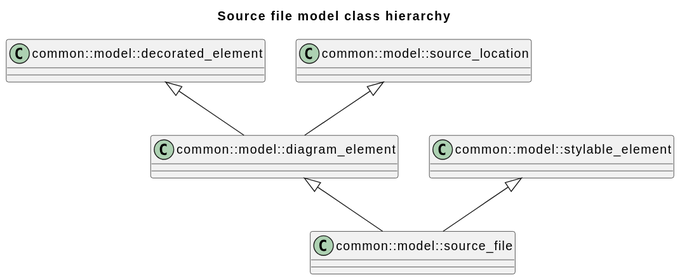
bkryza/clang-uml-examples keeps this PlantUML diagram as clang-uml/diagrams/source_file_hierarchy_class.svg. Above is the earlier version. Its diagram source:
```plantuml
@startuml
title Source file model class hierarchy
class "common::model::decorated_element" as C_0001117102382624673118
class C_0001117102382624673118 [[classclanguml_1_1common_1_1model_1_1decorated__element.html{Base class for decorated diagram elements}]] {
__
}
class "common::model::stylable_element" as C_0002077846075979426940
class C_0002077846075979426940 [[classclanguml_1_1common_1_1model_1_1stylable__element.html{Diagram elements to which style can be applied.}]] {
__
}
class "common::model::source_location" as C_0000895261582183440230
class C_0000895261582183440230 [[classclanguml_1_1common_1_1model_1_1source__location.html{Base class of all diagram elements that have source location.}]] {
__
}
class "common::model::diagram_element" as C_0001073500714379115414
class C_0001073500714379115414 [[classclanguml_1_1common_1_1model_1_1diagram__element.html{Base class for standalone diagram elements.}]] {
__
}
class "common::model::source_file" as C_0000785714713072053129
class C_0000785714713072053129 [[classclanguml_1_1common_1_1model_1_1source__file.html{Diagram element representing some file or directory.}]] {
__
}
C_0001117102382624673118 <|-- C_0001073500714379115414
C_0000895261582183440230 <|-- C_0001073500714379115414
C_0001073500714379115414 <|-- C_0000785714713072053129
C_0002077846075979426940 <|-- C_0000785714713072053129

@enduml
```
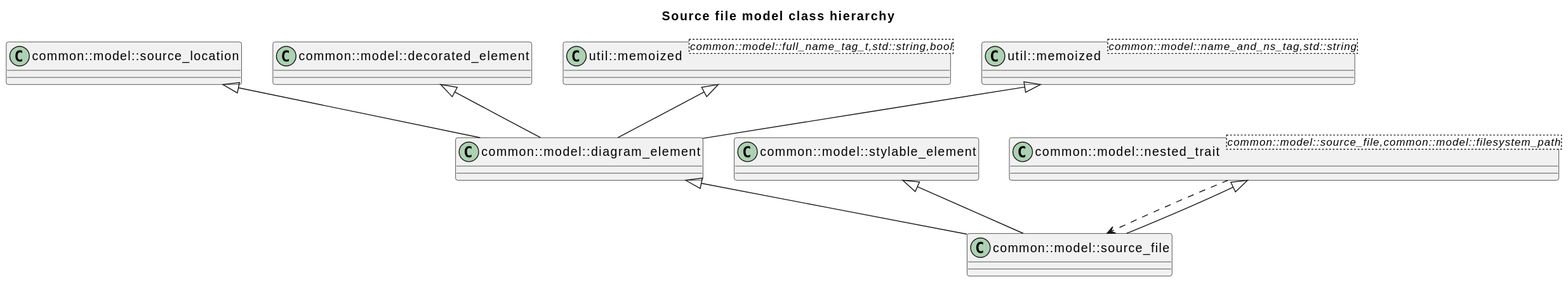
Above is the later version.

Diff of the diagram source:
```diff
@@ -1,28 +1,44 @@
 @startuml
 title Source file model class hierarchy
-class "common::model::decorated_element" as C_0001117102382624673118
-class C_0001117102382624673118 [[classclanguml_1_1common_1_1model_1_1decorated__element.html{Base class for decorated diagram elements}]] {
+class "common::model::source_location" as C_0007162092657467521843
+class C_0007162092657467521843 [[classclanguml_1_1common_1_1model_1_1source__location.html{Base class of all diagram elements that have source location.}]] {
 __
 }
-class "common::model::stylable_element" as C_0002077846075979426940
-class C_0002077846075979426940 [[classclanguml_1_1common_1_1model_1_1stylable__element.html{Diagram elements to which style can be applied.}]] {
+class "common::model::decorated_element" as C_0008936819060997384951
+class C_0008936819060997384951 [[classclanguml_1_1common_1_1model_1_1decorated__element.html{Base class for decorated diagram elements}]] {
 __
 }
-class "common::model::source_location" as C_0000895261582183440230
-class C_0000895261582183440230 [[classclanguml_1_1common_1_1model_1_1source__location.html{Base class of all diagram elements that have source location.}]] {
+class "common::model::stylable_element" as C_0016622768607835415521
+class C_0016622768607835415521 [[classclanguml_1_1common_1_1model_1_1stylable__element.html{Diagram elements to which style can be applied.}]] {
 __
 }
-class "common::model::diagram_element" as C_0001073500714379115414
-class C_0001073500714379115414 [[classclanguml_1_1common_1_1model_1_1diagram__element.html{Base class for standalone diagram elements.}]] {
+class "common::model::diagram_element" as C_0008588005715032923314
+class C_0008588005715032923314 [[classclanguml_1_1common_1_1model_1_1diagram__element.html{Base class for standalone diagram elements.}]] {
 __
 }
-class "common::model::source_file" as C_0000785714713072053129
-class C_0000785714713072053129 [[classclanguml_1_1common_1_1model_1_1source__file.html{Diagram element representing some file or directory.}]] {
+class "common::model::nested_trait<common::model::source_file,common::model::filesystem_path>" as C_0012891720332235399601
+class C_0012891720332235399601 [[classclanguml_1_1common_1_1model_1_1nested__trait.html{nested_trait}]] {
 __
 }
-C_0001117102382624673118 <|-- C_0001073500714379115414
-C_0000895261582183440230 <|-- C_0001073500714379115414
-C_0001073500714379115414 <|-- C_0000785714713072053129
-C_0002077846075979426940 <|-- C_0000785714713072053129
+class "common::model::source_file" as C_0006285717704576425038
+class C_0006285717704576425038 [[classclanguml_1_1common_1_1model_1_1source__file.html{Diagram element representing some file or directory.}]] {
+__
+}
+class "util::memoized<common::model::full_name_tag_t,std::string,bool>" as C_0015453306866783002016
+class C_0015453306866783002016 [[classclanguml_1_1util_1_1memoized.html{memoized}]] {
+__
+}
+class "util::memoized<common::model::name_and_ns_tag,std::string>" as C_0011142327304907631799
+class C_0011142327304907631799 [[classclanguml_1_1util_1_1memoized.html{memoized}]] {
+__
+}
+C_0008936819060997384951 <|-- C_0008588005715032923314
+C_0007162092657467521843 <|-- C_0008588005715032923314
+C_0015453306866783002016 <|-- C_0008588005715032923314
+C_0011142327304907631799 <|-- C_0008588005715032923314
+C_0012891720332235399601 ..> C_0006285717704576425038
+C_0008588005715032923314 <|-- C_0006285717704576425038
+C_0016622768607835415521 <|-- C_0006285717704576425038
+C_0012891720332235399601 <|-- C_0006285717704576425038
 
 @enduml
```
